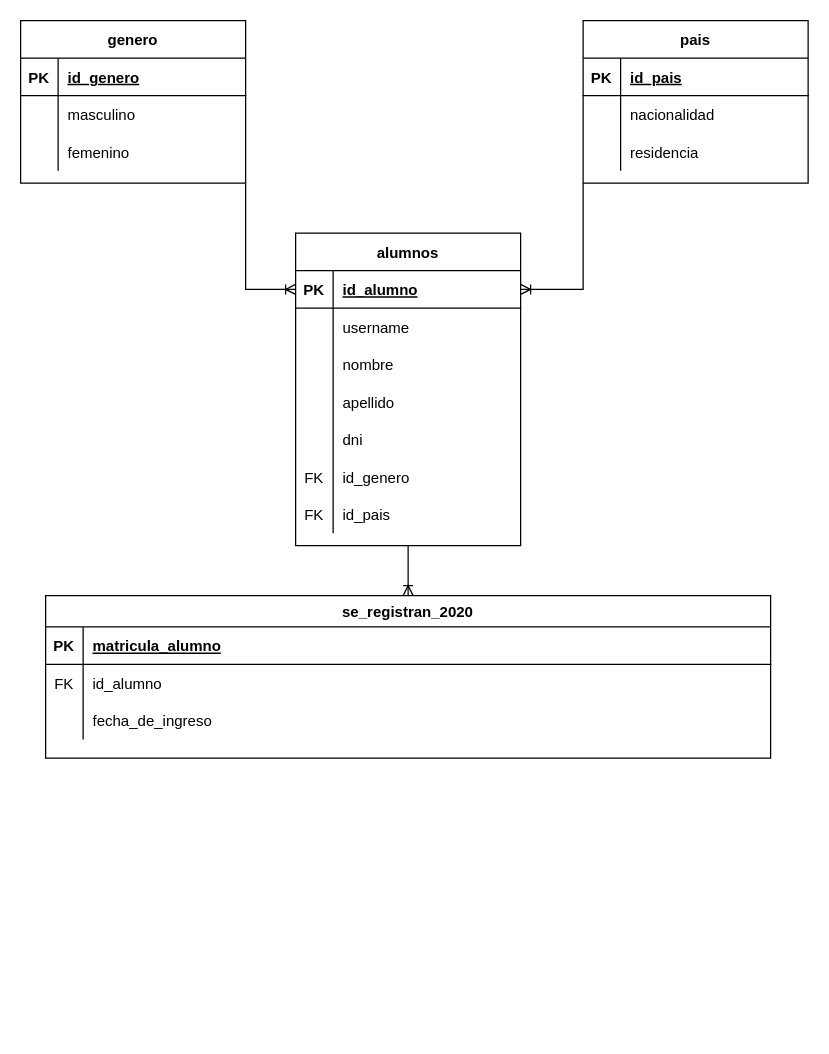
Before: Diagrama-04.drawio in arcv1337/arcv1337, a draw.io diagram. Source tidied: cells renumbered, new cells numbered last; positions are measured from the earlier drawing's top-left corner, leaving out a move shared by most shapes. Both pictures are drawn from the tidied source at 125%, with x=0, y=0 at pixel (20, 20).
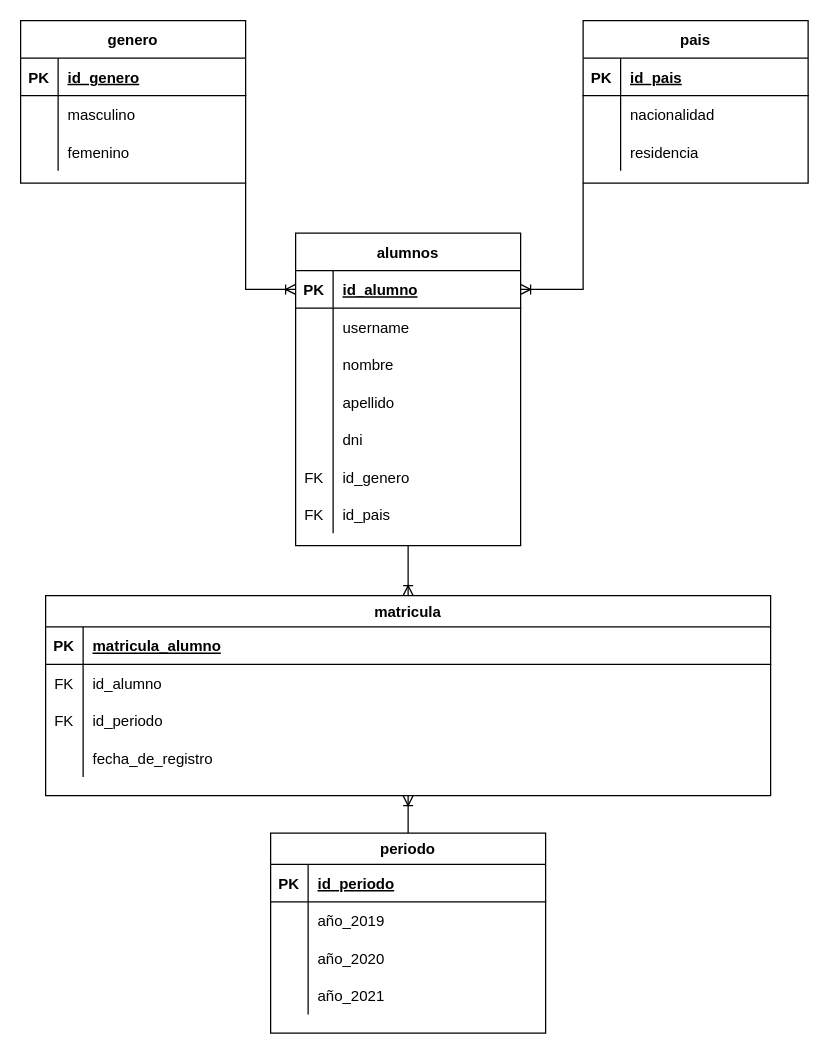
The same diagram, later.

Change to the diagram source:
```diff
@@
+    <mxCell id="57" style="edgeStyle=orthogonalEdgeStyle;rounded=0;jettySize=auto;html=1;exitX=0.5;exitY=1;exitDx=0;exitDy=0;endArrow=none;endFill=0;startArrow=ERoneToMany;startFill=0;" parent="1" edge="1" source="47" target="61">
+      <mxGeometry relative="1" as="geometry" />
+    </mxCell>
-    <mxCell id="47" value="se_registran_2020" style="shape=table;startSize=25;childLayout=tableLayout;rowLines=0;fontStyle=1;align=center;" parent="1" vertex="1">
-      <mxGeometry x="20" y="460" width="580" height="130" as="geometry" />
+    <mxCell id="47" value="matricula" style="shape=table;startSize=25;childLayout=tableLayout;rowLines=0;fontStyle=1;align=center;" parent="1" vertex="1">
+      <mxGeometry x="20" y="460" width="580" height="160" as="geometry" />
     </mxCell>
@@
+    <mxCell id="58" style="shape=tableRow;horizontal=0;startSize=0;swimlaneHead=0;swimlaneBody=0;fillColor=none;top=0;left=0;right=0;bottom=0;" parent="47" vertex="1">
+      <mxGeometry y="85" width="580" height="30" as="geometry" />
+    </mxCell>
+    <mxCell id="59" value="FK" style="shape=partialRectangle;fillColor=none;top=0;left=0;bottom=0;right=0;overflow=hidden;" parent="58" vertex="1">
+      <mxGeometry width="30" height="30" as="geometry" />
+    </mxCell>
+    <mxCell id="60" value="id_periodo" style="shape=partialRectangle;fillColor=none;top=0;left=0;bottom=0;right=0;align=left;spacingLeft=6;overflow=hidden;" parent="58" vertex="1">
+      <mxGeometry x="30" width="550" height="30" as="geometry" />
+    </mxCell>
     <mxCell id="54" style="shape=tableRow;horizontal=0;startSize=0;swimlaneHead=0;swimlaneBody=0;fillColor=none;top=0;left=0;right=0;bottom=0;" parent="47" vertex="1">
-      <mxGeometry y="85" width="580" height="30" as="geometry" />
+      <mxGeometry y="115" width="580" height="30" as="geometry" />
     </mxCell>
@@
-    <mxCell id="56" value="fecha_de_ingreso" style="shape=partialRectangle;fillColor=none;top=0;left=0;bottom=0;right=0;align=left;spacingLeft=6;overflow=hidden;" parent="54" vertex="1">
+    <mxCell id="56" value="fecha_de_registro" style="shape=partialRectangle;fillColor=none;top=0;left=0;bottom=0;right=0;align=left;spacingLeft=6;overflow=hidden;" parent="54" vertex="1">
       <mxGeometry x="30" width="550" height="30" as="geometry" />
     </mxCell>
+    <mxCell id="61" value="periodo" style="shape=table;startSize=25;childLayout=tableLayout;rowLines=0;fontStyle=1;align=center;" parent="1" vertex="1">
+      <mxGeometry x="200" y="650" width="220" height="160" as="geometry" />
+    </mxCell>
+    <mxCell id="62" style="shape=tableRow;horizontal=0;startSize=0;swimlaneHead=0;swimlaneBody=0;fillColor=none;top=0;left=0;right=0;bottom=1;" parent="61" vertex="1">
+      <mxGeometry y="25" width="220" height="30" as="geometry" />
+    </mxCell>
+    <mxCell id="63" value="PK" style="shape=partialRectangle;fillColor=none;top=0;left=0;bottom=0;right=0;fontStyle=1;overflow=hidden;" parent="62" vertex="1">
+      <mxGeometry width="30" height="30" as="geometry" />
+    </mxCell>
+    <mxCell id="64" value="id_periodo" style="shape=partialRectangle;fillColor=none;top=0;left=0;bottom=0;right=0;align=left;spacingLeft=6;fontStyle=5;overflow=hidden;" parent="62" vertex="1">
+      <mxGeometry x="30" width="190" height="30" as="geometry" />
+    </mxCell>
+    <mxCell id="65" style="shape=tableRow;horizontal=0;startSize=0;swimlaneHead=0;swimlaneBody=0;fillColor=none;top=0;left=0;right=0;bottom=0;" parent="61" vertex="1">
+      <mxGeometry y="55" width="220" height="30" as="geometry" />
+    </mxCell>
+    <mxCell id="66" style="shape=partialRectangle;fillColor=none;top=0;left=0;bottom=0;right=0;overflow=hidden;" parent="65" vertex="1">
+      <mxGeometry width="30" height="30" as="geometry" />
+    </mxCell>
+    <mxCell id="67" value="año_2019" style="shape=partialRectangle;fillColor=none;top=0;left=0;bottom=0;right=0;align=left;spacingLeft=6;overflow=hidden;" parent="65" vertex="1">
+      <mxGeometry x="30" width="190" height="30" as="geometry" />
+    </mxCell>
+    <mxCell id="68" style="shape=tableRow;horizontal=0;startSize=0;swimlaneHead=0;swimlaneBody=0;fillColor=none;top=0;left=0;right=0;bottom=0;" parent="61" vertex="1">
+      <mxGeometry y="85" width="220" height="30" as="geometry" />
+    </mxCell>
+    <mxCell id="69" style="shape=partialRectangle;fillColor=none;top=0;left=0;bottom=0;right=0;overflow=hidden;" parent="68" vertex="1">
+      <mxGeometry width="30" height="30" as="geometry" />
+    </mxCell>
+    <mxCell id="70" value="año_2020" style="shape=partialRectangle;fillColor=none;top=0;left=0;bottom=0;right=0;align=left;spacingLeft=6;overflow=hidden;" parent="68" vertex="1">
+      <mxGeometry x="30" width="190" height="30" as="geometry" />
+    </mxCell>
+    <mxCell id="71" style="shape=tableRow;horizontal=0;startSize=0;swimlaneHead=0;swimlaneBody=0;fillColor=none;top=0;left=0;right=0;bottom=0;" parent="61" vertex="1">
+      <mxGeometry y="115" width="220" height="30" as="geometry" />
+    </mxCell>
+    <mxCell id="72" style="shape=partialRectangle;fillColor=none;top=0;left=0;bottom=0;right=0;overflow=hidden;" parent="71" vertex="1">
+      <mxGeometry width="30" height="30" as="geometry" />
+    </mxCell>
+    <mxCell id="73" value="año_2021" style="shape=partialRectangle;fillColor=none;top=0;left=0;bottom=0;right=0;align=left;spacingLeft=6;overflow=hidden;" parent="71" vertex="1">
+      <mxGeometry x="30" width="190" height="30" as="geometry" />
+    </mxCell>
```
